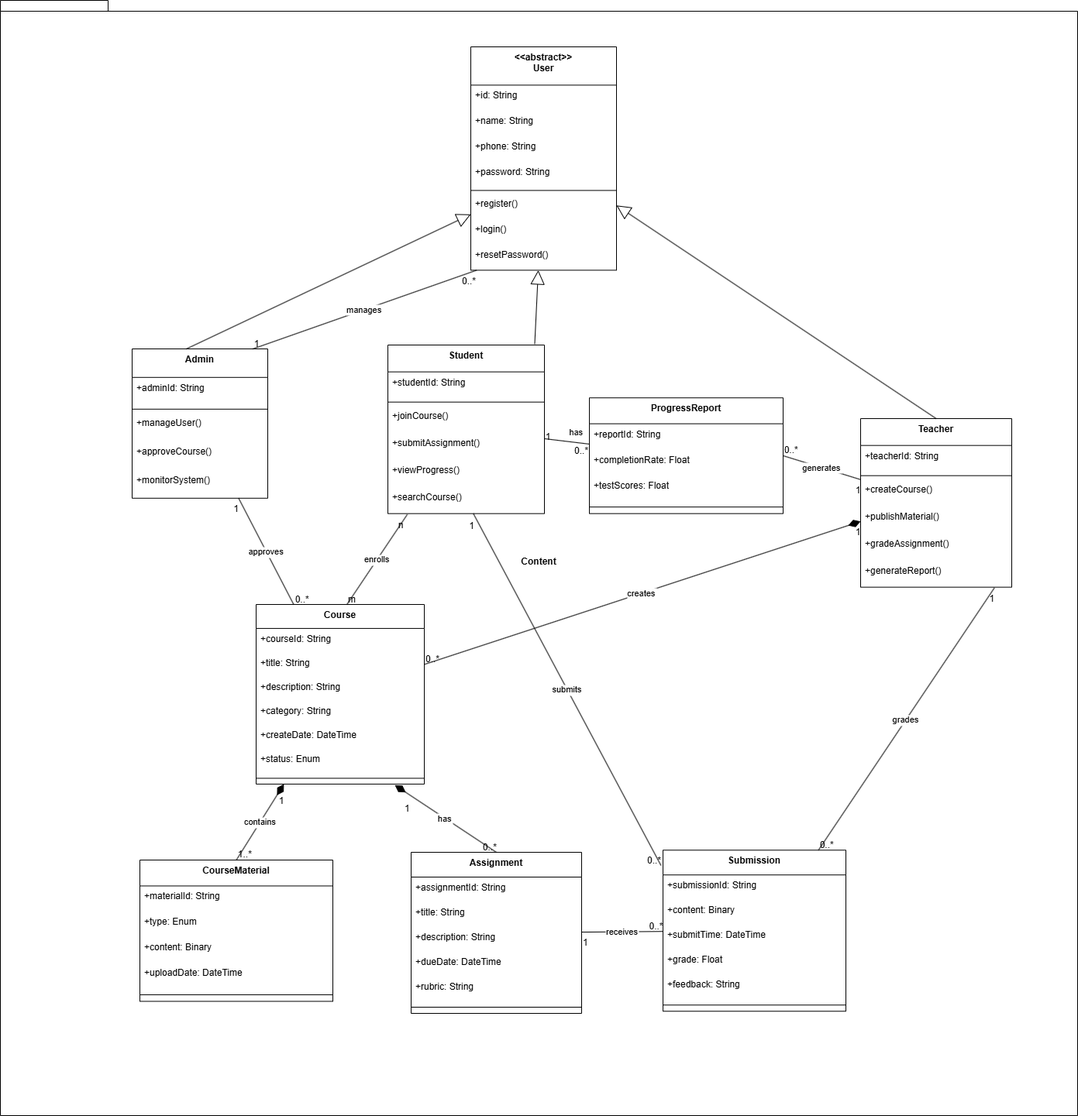
The draw.io diagram UML_content.png in Sinsnnn/WebProject-4, before a commit. Source tidied: cells renumbered, new cells last; positions are measured from the earlier drawing's top-left corner, leaving out a move shared by most shapes.
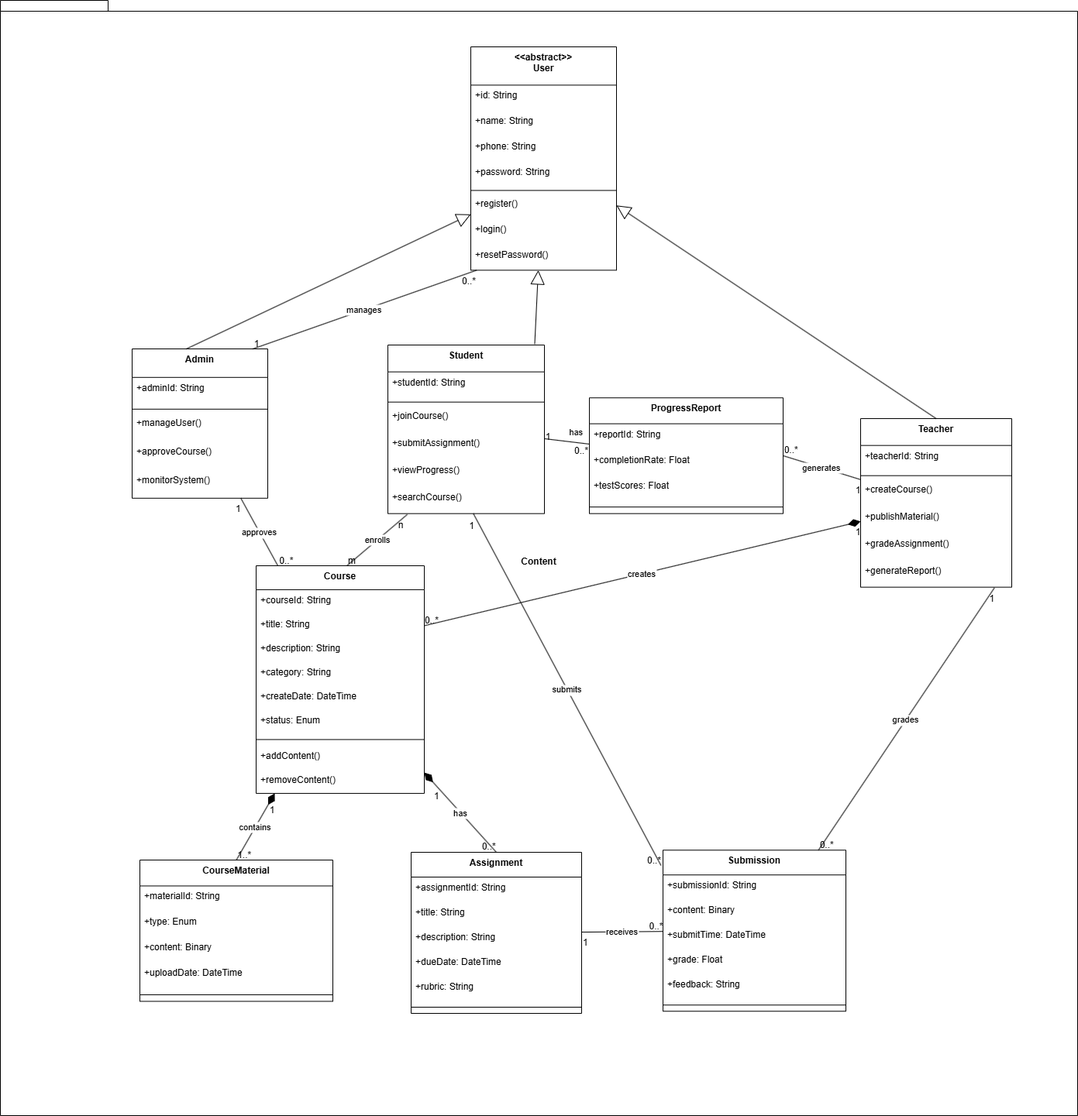
The same file after the commit.

Commit message:
fix：content part

Change to the diagram source:
```diff
@@ -93,7 +93,7 @@
       <mxGeometry y="155.8" width="175" height="37" as="geometry" />
     </mxCell>
     <mxCell id="32" value="Course" style="swimlane;fontStyle=1;align=center;verticalAlign=top;horizontal=1;startSize=30.933333333333334;" parent="1" vertex="1">
-      <mxGeometry x="330" y="780" width="217" height="231.9" as="geometry" />
+      <mxGeometry x="330" y="730" width="217" height="293.9" as="geometry" />
     </mxCell>
     <mxCell id="33" value="+courseId: String" style="text;strokeColor=none;fillColor=none;align=left;verticalAlign=top;spacingLeft=4;spacingRight=4;overflow=hidden;" parent="32" vertex="1">
       <mxGeometry y="30.9" width="217" height="31" as="geometry" />
@@ -116,6 +116,12 @@
     <mxCell id="39" style="line;strokeWidth=1;fillColor=none;align=left;verticalAlign=middle;spacingTop=-1;spacingLeft=3;spacingRight=3;labelPosition=right;points=[];portConstraint=eastwest;strokeColor=inherit;" parent="32" vertex="1">
       <mxGeometry y="216.9" width="217" height="15" as="geometry" />
     </mxCell>
+    <mxCell id="101" value="+addContent()" style="text;strokeColor=none;fillColor=none;align=left;verticalAlign=top;spacingLeft=4;spacingRight=4;overflow=hidden;" parent="32" vertex="1">
+      <mxGeometry y="231.9" width="217" height="31" as="geometry" />
+    </mxCell>
+    <mxCell id="102" value="+removeContent()" style="text;strokeColor=none;fillColor=none;align=left;verticalAlign=top;spacingLeft=4;spacingRight=4;overflow=hidden;" parent="32" vertex="1">
+      <mxGeometry y="262.9" width="217" height="31" as="geometry" />
+    </mxCell>
     <mxCell id="40" value="CourseMaterial" style="swimlane;fontStyle=1;align=center;verticalAlign=top;horizontal=1;startSize=33.45454545454545;" parent="1" vertex="1">
       <mxGeometry x="180" y="1110" width="249" height="182.5" as="geometry" />
     </mxCell>
@@ -220,7 +226,7 @@
     <mxCell id="73" value="1..*" style="edgeLabel;labelBackgroundColor=none;fontSize=12;align=left;verticalAlign=bottom;" parent="71" vertex="1">
       <mxGeometry x="1" relative="1" as="geometry" />
     </mxCell>
-    <mxCell id="74" value="has" style="curved=0;startArrow=diamondThin;startSize=14;startFill=1;endArrow=none;exitX=0.825;exitY=1.09;entryX=0.5;entryY=0;rounded=0;exitDx=0;exitDy=0;exitPerimeter=0;" parent="1" edge="1" source="39" target="46">
+    <mxCell id="74" value="has" style="curved=0;startArrow=diamondThin;startSize=14;startFill=1;endArrow=none;entryX=0.5;entryY=0;rounded=0;" parent="1" edge="1" source="32" target="46">
       <mxGeometry relative="1" as="geometry" />
     </mxCell>
     <mxCell id="75" value="1" style="edgeLabel;labelBackgroundColor=none;fontSize=12;align=left;verticalAlign=top;" parent="74" vertex="1">
```
